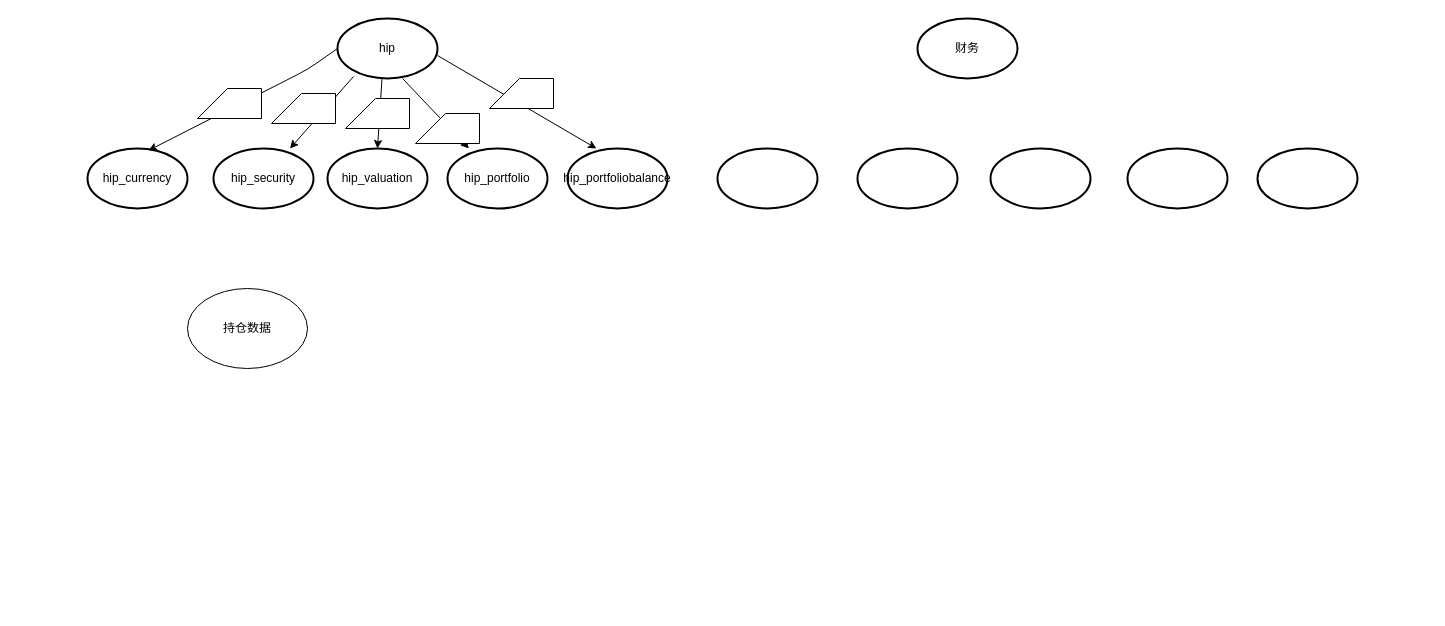
gebifeixiang/investment keeps this draw.io diagram as 任务树.drawio. Above is the earlier version. Source tidied: cells renumbered, new cells numbered last; positions are measured from the earlier drawing's top-left corner, leaving out a move shared by most shapes. Both pictures are drawn from the tidied source at 100%, with x=0, y=0 at pixel (87, 18).
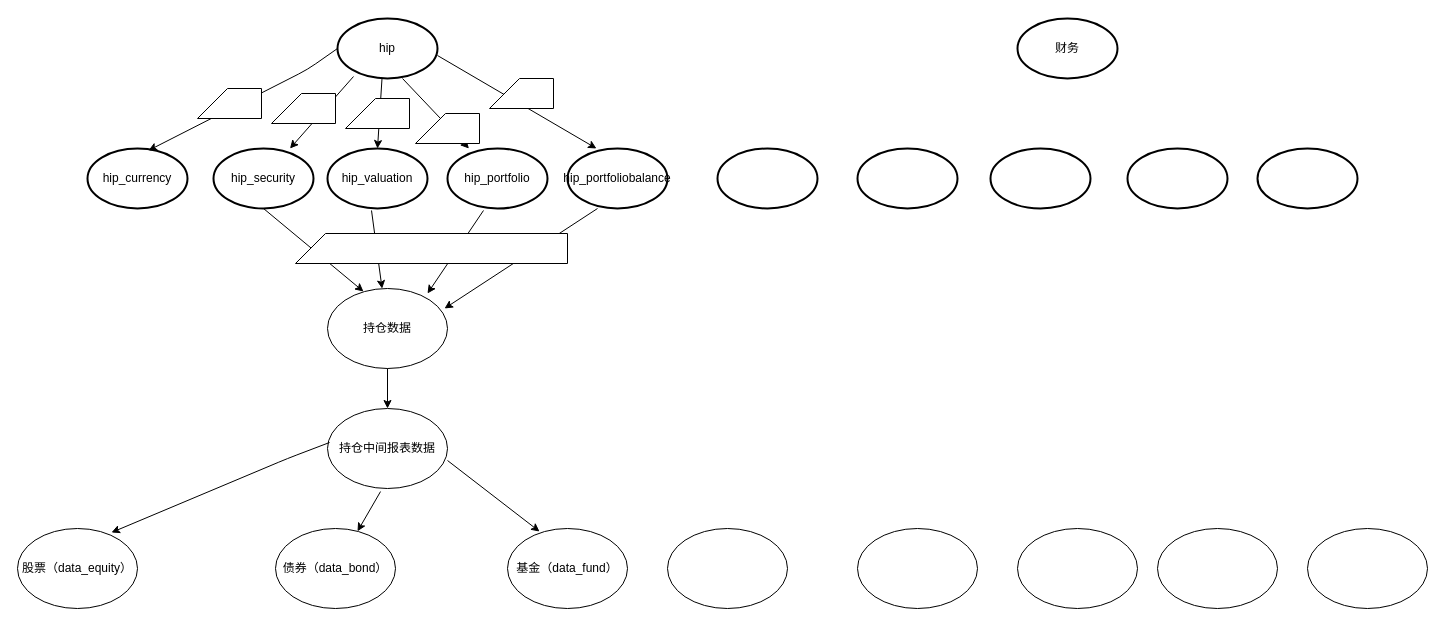
The same diagram, later.

The change refers to these unchanged cells:
```xml
<mxCell id="8" value="hip_portfoliobalance" style="strokeWidth=2;html=1;shape=mxgraph.flowchart.start_1;whiteSpace=wrap;" parent="1" vertex="1">
  <mxGeometry x="480" y="130" width="100" height="60" as="geometry" />
</mxCell>
<mxCell id="9" value="hip_portfolio" style="strokeWidth=2;html=1;shape=mxgraph.flowchart.start_1;whiteSpace=wrap;" parent="1" vertex="1">
  <mxGeometry x="360" y="130" width="100" height="60" as="geometry" />
</mxCell>
<mxCell id="10" value="hip_valuation" style="strokeWidth=2;html=1;shape=mxgraph.flowchart.start_1;whiteSpace=wrap;" parent="1" vertex="1">
  <mxGeometry x="240" y="130" width="100" height="60" as="geometry" />
</mxCell>
<mxCell id="11" value="hip_security" style="strokeWidth=2;html=1;shape=mxgraph.flowchart.start_1;whiteSpace=wrap;" parent="1" vertex="1">
  <mxGeometry x="126" y="130" width="100" height="60" as="geometry" />
</mxCell>
```

What changed in the source:
```diff
@@
     <mxCell id="13" value="财务" style="strokeWidth=2;html=1;shape=mxgraph.flowchart.start_1;whiteSpace=wrap;" parent="1" vertex="1">
-      <mxGeometry x="830" width="100" height="60" as="geometry" />
+      <mxGeometry x="930" width="100" height="60" as="geometry" />
     </mxCell>
@@
     <mxCell id="24" value="持仓数据" style="ellipse;whiteSpace=wrap;html=1;" parent="1" vertex="1">
-      <mxGeometry x="100" y="270" width="120" height="80" as="geometry" />
+      <mxGeometry x="240" y="270" width="120" height="80" as="geometry" />
     </mxCell>
+    <mxCell id="25" value="股票（data_equity）" style="ellipse;whiteSpace=wrap;html=1;" parent="1" vertex="1">
+      <mxGeometry x="-70" y="510" width="120" height="80" as="geometry" />
+    </mxCell>
+    <mxCell id="26" value="债券（data_bond）" style="ellipse;whiteSpace=wrap;html=1;" parent="1" vertex="1">
+      <mxGeometry x="188" y="510" width="120" height="80" as="geometry" />
+    </mxCell>
+    <mxCell id="27" value="基金（data_fund）" style="ellipse;whiteSpace=wrap;html=1;" parent="1" vertex="1">
+      <mxGeometry x="420" y="510" width="120" height="80" as="geometry" />
+    </mxCell>
+    <mxCell id="28" style="ellipse;whiteSpace=wrap;html=1;" parent="1" vertex="1">
+      <mxGeometry x="580" y="510" width="120" height="80" as="geometry" />
+    </mxCell>
+    <mxCell id="29" style="ellipse;whiteSpace=wrap;html=1;" parent="1" vertex="1">
+      <mxGeometry x="1220" y="510" width="120" height="80" as="geometry" />
+    </mxCell>
+    <mxCell id="30" style="ellipse;whiteSpace=wrap;html=1;" parent="1" vertex="1">
+      <mxGeometry x="1070" y="510" width="120" height="80" as="geometry" />
+    </mxCell>
+    <mxCell id="31" style="ellipse;whiteSpace=wrap;html=1;" parent="1" vertex="1">
+      <mxGeometry x="930" y="510" width="120" height="80" as="geometry" />
+    </mxCell>
+    <mxCell id="32" style="ellipse;whiteSpace=wrap;html=1;" parent="1" vertex="1">
+      <mxGeometry x="770" y="510" width="120" height="80" as="geometry" />
+    </mxCell>
+    <mxCell id="33" value="持仓中间报表数据" style="ellipse;whiteSpace=wrap;html=1;" parent="1" vertex="1">
+      <mxGeometry x="240" y="390" width="120" height="80" as="geometry" />
+    </mxCell>
+    <mxCell id="34" style="endArrow=classic;html=1;entryX=0.783;entryY=0.05;entryDx=0;entryDy=0;entryPerimeter=0;exitX=0.017;exitY=0.425;exitDx=0;exitDy=0;exitPerimeter=0;" parent="1" edge="1" source="33" target="25">
+      <mxGeometry relative="1" as="geometry">
+        <Array as="points">
+          <mxPoint x="200" y="440" />
+        </Array>
+      </mxGeometry>
+    </mxCell>
+    <mxCell id="35" style="endArrow=classic;html=1;entryX=0.267;entryY=0.038;entryDx=0;entryDy=0;entryPerimeter=0;exitX=1;exitY=0.65;exitDx=0;exitDy=0;exitPerimeter=0;" parent="1" edge="1" source="33" target="27">
+      <mxGeometry relative="1" as="geometry" />
+    </mxCell>
+    <mxCell id="36" style="endArrow=classic;html=1;exitX=0.442;exitY=1.038;exitDx=0;exitDy=0;exitPerimeter=0;" parent="1" edge="1" source="33" target="26">
+      <mxGeometry relative="1" as="geometry" />
+    </mxCell>
+    <mxCell id="37" style="endArrow=classic;html=1;exitX=0.5;exitY=1;exitDx=0;exitDy=0;exitPerimeter=0;entryX=0.3;entryY=0.038;entryDx=0;entryDy=0;entryPerimeter=0;" parent="1" edge="1" source="11" target="24">
+      <mxGeometry relative="1" as="geometry" />
+    </mxCell>
+    <mxCell id="38" style="endArrow=classic;html=1;exitX=0.3;exitY=1;exitDx=0;exitDy=0;exitPerimeter=0;entryX=0.975;entryY=0.25;entryDx=0;entryDy=0;entryPerimeter=0;" parent="1" edge="1" source="8" target="24">
+      <mxGeometry relative="1" as="geometry" />
+    </mxCell>
+    <mxCell id="39" style="endArrow=classic;html=1;exitX=0.44;exitY=1.033;exitDx=0;exitDy=0;exitPerimeter=0;" parent="1" edge="1" source="10" target="24">
+      <mxGeometry relative="1" as="geometry" />
+    </mxCell>
+    <mxCell id="40" style="endArrow=classic;html=1;exitX=0.36;exitY=1.033;exitDx=0;exitDy=0;exitPerimeter=0;" parent="1" edge="1" source="9">
+      <mxGeometry relative="1" as="geometry">
+        <mxPoint x="340" y="275" as="targetPoint" />
+      </mxGeometry>
+    </mxCell>
+    <mxCell id="41" style="endArrow=classic;html=1;exitX=0.5;exitY=1;exitDx=0;exitDy=0;" parent="1" edge="1" source="24" target="33">
+      <mxGeometry relative="1" as="geometry" />
+    </mxCell>
+    <mxCell id="42" style="shape=card;whiteSpace=wrap;html=1;" parent="1" vertex="1">
+      <mxGeometry x="208" y="215" width="272" height="30" as="geometry" />
+    </mxCell>
```
